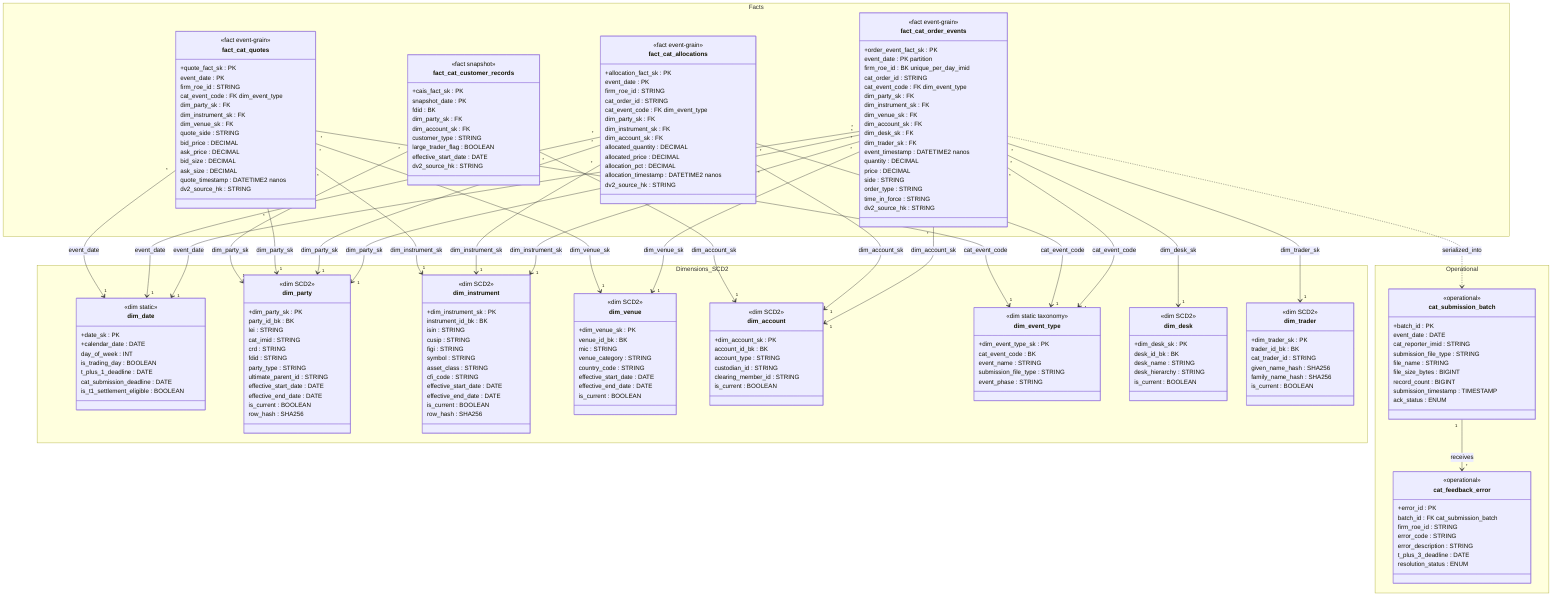
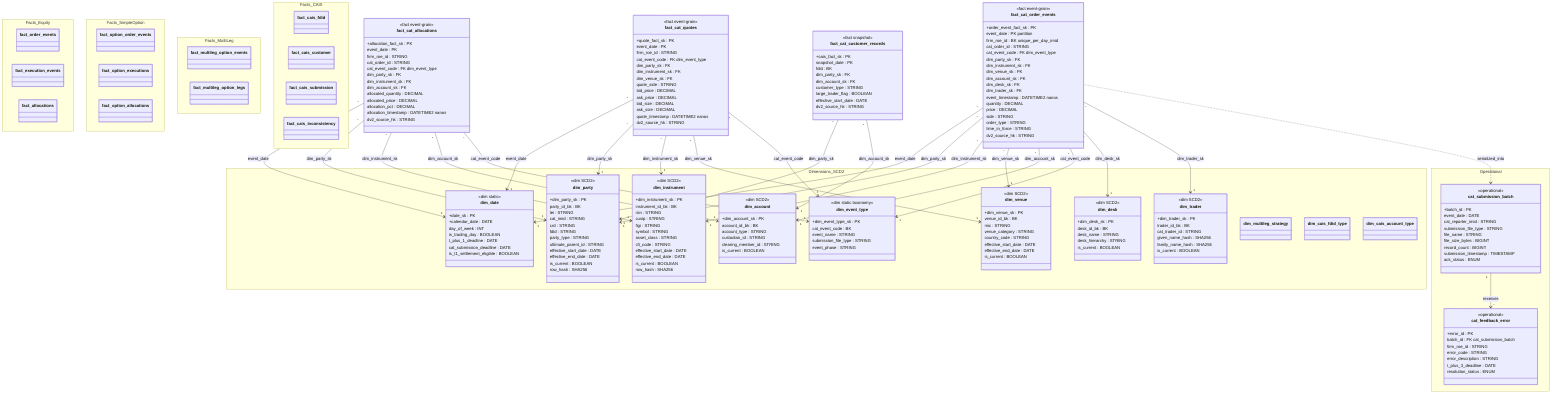
%% gold_star_schema_er.mmd - Gold layer star schema for FINRA CAT submissions + BI
- %% 4 facts (event-grain) x 8 conformed dimensions (SCD2) + 2 operational tables
+ %% Post-v4.1.0r15: 12 fact tables across 5 event families
+ %% Sources: CAT IM Tech Specs v4.1.0r15 + CAIS Tech Specs v2.2.0r4

classDiagram
 direction TB

 namespace Dimensions_SCD2 {
 class dim_date
 class dim_party
 class dim_instrument
 class dim_venue
 class dim_account
 class dim_event_type
 class dim_desk
 class dim_trader
-  }
- 
-  namespace Facts {
-  class fact_cat_order_events
-  class fact_cat_allocations
-  class fact_cat_quotes
-  class fact_cat_customer_records
+  class dim_multileg_strategy
+  class dim_cais_fdid_type
+  class dim_cais_account_type
+  }
+ 
+  namespace Facts_Equity {
+  class fact_order_events
+  class fact_execution_events
+  class fact_allocations
+  }
+ 
+  namespace Facts_SimpleOption {
+  class fact_option_order_events
+  class fact_option_executions
+  class fact_option_allocations
+  }
+ 
+  namespace Facts_MultiLeg {
+  class fact_multileg_option_events
+  class fact_multileg_option_legs
+  }
+ 
+  namespace Facts_CAIS {
+  class fact_cais_fdid
+  class fact_cais_customer
+  class fact_cais_submission
+  class fact_cais_inconsistency
 }

 namespace Operational {
 class cat_submission_batch
 class cat_feedback_error
 }

 class dim_date {
 <<dim static>>
 +date_sk : PK
 +calendar_date : DATE
 day_of_week : INT
 is_trading_day : BOOLEAN
 t_plus_1_deadline : DATE
 cat_submission_deadline : DATE
 is_t1_settlement_eligible : BOOLEAN
 }

 class dim_party {
 <<dim SCD2>>
 +dim_party_sk : PK
 party_id_bk : BK
 lei : STRING
 cat_imid : STRING
 crd : STRING
 fdid : STRING
 party_type : STRING
 ultimate_parent_id : STRING
 effective_start_date : DATE
 effective_end_date : DATE
 is_current : BOOLEAN
 row_hash : SHA256
 }

 class dim_instrument {
 <<dim SCD2>>
 +dim_instrument_sk : PK
 instrument_id_bk : BK
 isin : STRING
 cusip : STRING
 figi : STRING
 symbol : STRING
 asset_class : STRING
 cfi_code : STRING
 effective_start_date : DATE
 effective_end_date : DATE
 is_current : BOOLEAN
 row_hash : SHA256
 }

 class dim_venue {
 <<dim SCD2>>
 +dim_venue_sk : PK
 venue_id_bk : BK
 mic : STRING
 venue_category : STRING
 country_code : STRING
 effective_start_date : DATE
 effective_end_date : DATE
 is_current : BOOLEAN
 }

 class dim_account {
 <<dim SCD2>>
 +dim_account_sk : PK
 account_id_bk : BK
 account_type : STRING
 custodian_id : STRING
 clearing_member_id : STRING
 is_current : BOOLEAN
 }

 class dim_event_type {
 <<dim static taxonomy>>
 +dim_event_type_sk : PK
 cat_event_code : BK
 event_name : STRING
 submission_file_type : STRING
 event_phase : STRING
 }

 class dim_desk {
 <<dim SCD2>>
 +dim_desk_sk : PK
 desk_id_bk : BK
 desk_name : STRING
 desk_hierarchy : STRING
 is_current : BOOLEAN
 }

 class dim_trader {
 <<dim SCD2>>
 +dim_trader_sk : PK
 trader_id_bk : BK
 cat_trader_id : STRING
 given_name_hash : SHA256
 family_name_hash : SHA256
 is_current : BOOLEAN
 }

 class fact_cat_order_events {
 <<fact event-grain>>
 +order_event_fact_sk : PK
 event_date : PK partition
 firm_roe_id : BK unique_per_day_imid
 cat_order_id : STRING
 cat_event_code : FK dim_event_type
 dim_party_sk : FK
 dim_instrument_sk : FK
 dim_venue_sk : FK
 dim_account_sk : FK
 dim_desk_sk : FK
 dim_trader_sk : FK
 event_timestamp : DATETIME2 nanos
 quantity : DECIMAL
 price : DECIMAL
 side : STRING
 order_type : STRING
 time_in_force : STRING
 dv2_source_hk : STRING
 }

 class fact_cat_allocations {
 <<fact event-grain>>
 +allocation_fact_sk : PK
 event_date : PK
 firm_roe_id : STRING
 cat_order_id : STRING
 cat_event_code : FK dim_event_type
 dim_party_sk : FK
 dim_instrument_sk : FK
 dim_account_sk : FK
 allocated_quantity : DECIMAL
 allocated_price : DECIMAL
 allocation_pct : DECIMAL
 allocation_timestamp : DATETIME2 nanos
 dv2_source_hk : STRING
 }

 class fact_cat_quotes {
 <<fact event-grain>>
 +quote_fact_sk : PK
 event_date : PK
 firm_roe_id : STRING
 cat_event_code : FK dim_event_type
 dim_party_sk : FK
 dim_instrument_sk : FK
 dim_venue_sk : FK
 quote_side : STRING
 bid_price : DECIMAL
 ask_price : DECIMAL
 bid_size : DECIMAL
 ask_size : DECIMAL
 quote_timestamp : DATETIME2 nanos
 dv2_source_hk : STRING
 }

 class fact_cat_customer_records {
 <<fact snapshot>>
 +cais_fact_sk : PK
 snapshot_date : PK
 fdid : BK
 dim_party_sk : FK
 dim_account_sk : FK
 customer_type : STRING
 large_trader_flag : BOOLEAN
 effective_start_date : DATE
 dv2_source_hk : STRING
 }

 class cat_submission_batch {
 <<operational>>
 +batch_id : PK
 event_date : DATE
 cat_reporter_imid : STRING
 submission_file_type : STRING
 file_name : STRING
 file_size_bytes : BIGINT
 record_count : BIGINT
 submission_timestamp : TIMESTAMP
 ack_status : ENUM
 }

 class cat_feedback_error {
 <<operational>>
 +error_id : PK
 batch_id : FK cat_submission_batch
 firm_roe_id : STRING
 error_code : STRING
 error_description : STRING
 t_plus_3_deadline : DATE
 resolution_status : ENUM
 }

 fact_cat_order_events "*" --> "1" dim_date : event_date
 fact_cat_order_events "*" --> "1" dim_party : dim_party_sk
 fact_cat_order_events "*" --> "1" dim_instrument : dim_instrument_sk
 fact_cat_order_events "*" --> "1" dim_venue : dim_venue_sk
 fact_cat_order_events "*" --> "1" dim_account : dim_account_sk
 fact_cat_order_events "*" --> "1" dim_event_type : cat_event_code
 fact_cat_order_events "*" --> "1" dim_desk : dim_desk_sk
 fact_cat_order_events "*" --> "1" dim_trader : dim_trader_sk

 fact_cat_allocations "*" --> "1" dim_date : event_date
 fact_cat_allocations "*" --> "1" dim_party : dim_party_sk
 fact_cat_allocations "*" --> "1" dim_instrument : dim_instrument_sk
 fact_cat_allocations "*" --> "1" dim_account : dim_account_sk
 fact_cat_allocations "*" --> "1" dim_event_type : cat_event_code

 fact_cat_quotes "*" --> "1" dim_date : event_date
 fact_cat_quotes "*" --> "1" dim_party : dim_party_sk
 fact_cat_quotes "*" --> "1" dim_instrument : dim_instrument_sk
 fact_cat_quotes "*" --> "1" dim_venue : dim_venue_sk
 fact_cat_quotes "*" --> "1" dim_event_type : cat_event_code

 fact_cat_customer_records "*" --> "1" dim_party : dim_party_sk
 fact_cat_customer_records "*" --> "1" dim_account : dim_account_sk

 cat_submission_batch "1" --> "*" cat_feedback_error : receives
 fact_cat_order_events..> cat_submission_batch : serialized_into
